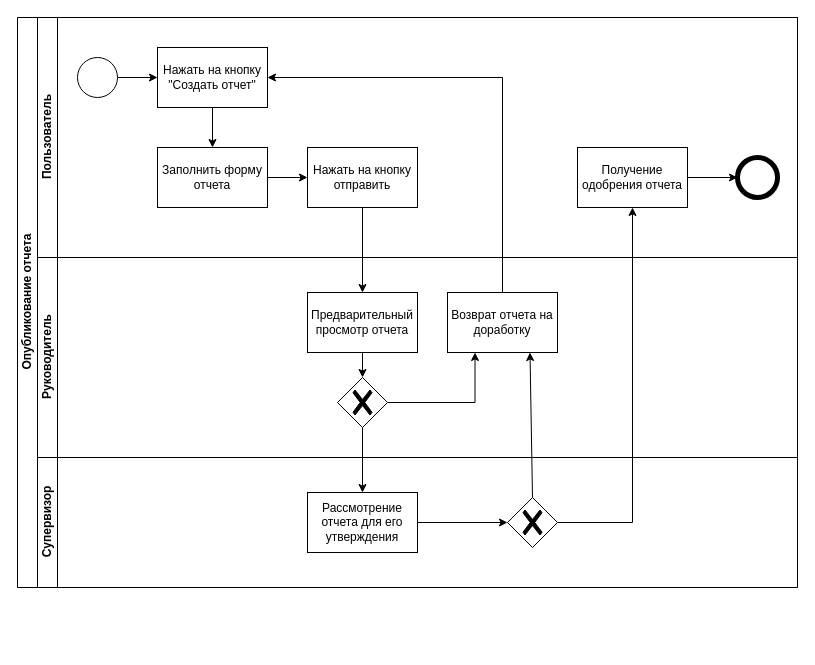
Before: Описание процесса для модуля №8.drawio in pytonuserouner/UML_study, a draw.io diagram. Source tidied: cells renumbered, new cells numbered last; positions are measured from the earlier drawing's top-left corner, leaving out a move shared by most shapes. Both pictures are drawn from the tidied source at 100%, with x=0, y=0 at pixel (17, 17).
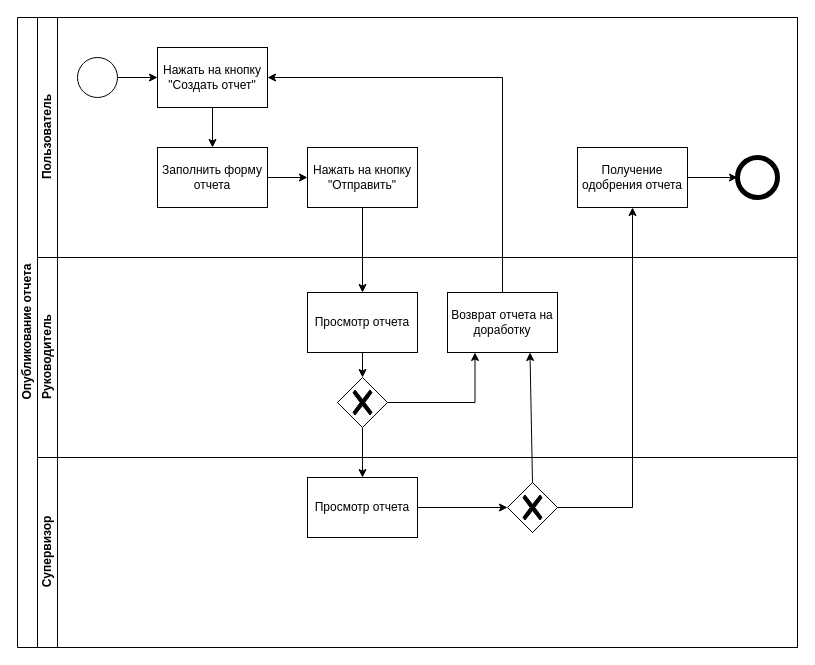
After the change.

The change refers to these unchanged cells:
```xml
<mxCell id="3" value="Пользователь" style="swimlane;html=1;startSize=20;horizontal=0;" parent="2" vertex="1">
  <mxGeometry x="20" width="760" height="240" as="geometry" />
</mxCell>
<mxCell id="14" value="Руководитель" style="swimlane;html=1;startSize=20;horizontal=0;" parent="2" vertex="1">
  <mxGeometry x="20" y="240" width="760" height="200" as="geometry" />
</mxCell>
```

What changed in the source:
```diff
@@
     <mxCell id="2" value="Опубликование отчета" style="swimlane;html=1;horizontal=0;startSize=20;" parent="1" vertex="1">
-      <mxGeometry width="780" height="570" as="geometry" />
+      <mxGeometry width="780" height="630" as="geometry" />
     </mxCell>
@@
-    <mxCell id="9" value="Нажать на кнопку отправить" style="rounded=0;whiteSpace=wrap;html=1;fontFamily=Helvetica;fontSize=12;fontColor=#000000;align=center;" parent="3" vertex="1">
+    <mxCell id="9" value="Нажать на кнопку &quot;Отправить&quot;" style="rounded=0;whiteSpace=wrap;html=1;fontFamily=Helvetica;fontSize=12;fontColor=#000000;align=center;" parent="3" vertex="1">
       <mxGeometry x="270" y="130" width="110" height="60" as="geometry" />
     </mxCell>
@@
-    <mxCell id="15" value="Предварительный просмотр отчета" style="rounded=0;whiteSpace=wrap;html=1;fontFamily=Helvetica;fontSize=12;fontColor=#000000;align=center;" parent="14" vertex="1">
+    <mxCell id="15" value="Просмотр отчета" style="rounded=0;whiteSpace=wrap;html=1;fontFamily=Helvetica;fontSize=12;fontColor=#000000;align=center;" parent="14" vertex="1">
       <mxGeometry x="270" y="35" width="110" height="60" as="geometry" />
     </mxCell>
@@
     <mxCell id="20" value="Супервизор" style="swimlane;html=1;startSize=20;horizontal=0;" parent="2" vertex="1">
-      <mxGeometry x="20" y="440" width="760" height="130" as="geometry" />
+      <mxGeometry x="20" y="440" width="760" height="190" as="geometry" />
     </mxCell>
-    <mxCell id="21" value="Рассмотрение отчета для его утверждения" style="rounded=0;whiteSpace=wrap;html=1;fontFamily=Helvetica;fontSize=12;fontColor=#000000;align=center;" parent="20" vertex="1">
-      <mxGeometry x="270" y="35" width="110" height="60" as="geometry" />
+    <mxCell id="21" value="Просмотр отчета" style="rounded=0;whiteSpace=wrap;html=1;fontFamily=Helvetica;fontSize=12;fontColor=#000000;align=center;" parent="20" vertex="1">
+      <mxGeometry x="270" y="20" width="110" height="60" as="geometry" />
     </mxCell>
     <mxCell id="22" style="points=[[0.25,0.25,0],[0.5,0,0],[0.75,0.25,0],[1,0.5,0],[0.75,0.75,0],[0.5,1,0],[0.25,0.75,0],[0,0.5,0]];shape=mxgraph.bpmn.gateway2;html=1;verticalLabelPosition=bottom;labelBackgroundColor=#ffffff;verticalAlign=top;align=center;perimeter=rhombusPerimeter;outlineConnect=0;outline=none;symbol=none;gwType=exclusive;" parent="20" vertex="1">
-      <mxGeometry x="470" y="40" width="50" height="50" as="geometry" />
+      <mxGeometry x="470" y="25" width="50" height="50" as="geometry" />
     </mxCell>
```
